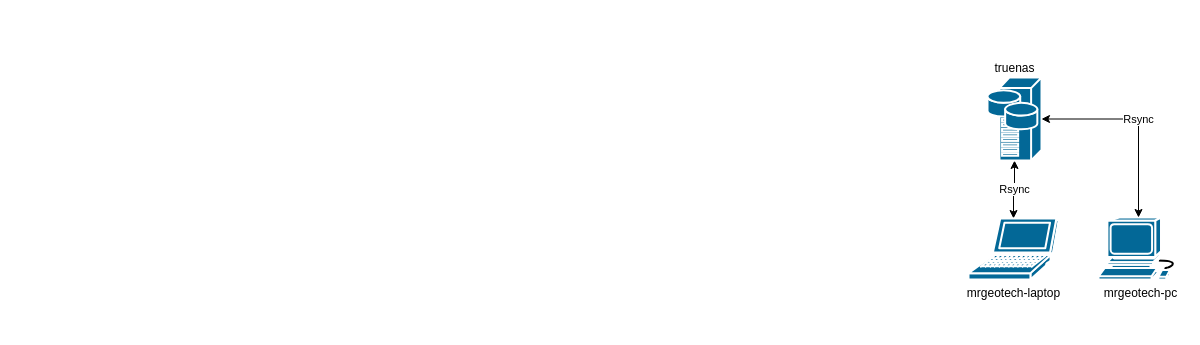
Earlier version of the draw.io diagram assets/diagram.drawio (MrGeoTech/dotfiles). Source tidied: cells renumbered, new cells numbered last; positions are measured from the earlier drawing's top-left corner, leaving out a move shared by most shapes. Both pictures are drawn from the tidied source at 100%, with x=0, y=0 at pixel (968, 77).
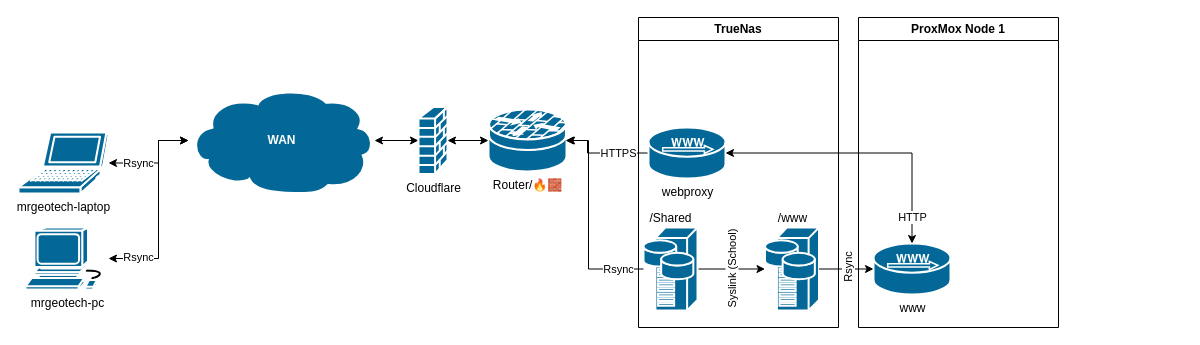
After the change.

Change to the diagram source:
```diff
@@
+    <mxCell id="7" style="edgeStyle=orthogonalEdgeStyle;rounded=0;jettySize=auto;html=1;startArrow=classic;startFill=1;" parent="1" edge="1" source="8" target="20">
+      <mxGeometry relative="1" as="geometry" />
+    </mxCell>
+    <mxCell id="8" value="&lt;b&gt;WAN&lt;/b&gt;" style="shape=mxgraph.cisco.storage.cloud;sketch=0;html=1;dashed=0;fillColor=#036897;strokeColor=#ffffff;strokeWidth=2;verticalLabelPosition=middle;verticalAlign=middle;align=center;outlineConnect=0;labelPosition=center;fontColor=#FFFFFF;" parent="1" vertex="1">
+      <mxGeometry x="-780" y="10" width="186" height="106" as="geometry" />
+    </mxCell>
+    <mxCell id="9" value="Rsync" style="edgeStyle=orthogonalEdgeStyle;rounded=0;jettySize=auto;html=1;startArrow=classic;startFill=1;" parent="1" edge="1" source="2" target="8">
+      <mxGeometry x="-0.7" y="1" relative="1" as="geometry">
+        <Array as="points">
+          <mxPoint x="-810" y="181" />
+          <mxPoint x="-810" y="63" />
+        </Array>
+      </mxGeometry>
+    </mxCell>
     <mxCell id="2" value="mrgeotech-pc" style="shape=mxgraph.cisco.computers_and_peripherals.workstation;sketch=0;html=1;dashed=0;fillColor=#036897;strokeColor=#ffffff;strokeWidth=2;verticalLabelPosition=bottom;verticalAlign=top;align=center;outlineConnect=0;" parent="1" vertex="1">
-      <mxGeometry x="130" y="140" width="83" height="62" as="geometry" />
+      <mxGeometry x="-943" y="150" width="83" height="62" as="geometry" />
     </mxCell>
-    <mxCell id="3" value="Rsync" style="edgeStyle=orthogonalEdgeStyle;rounded=0;jettySize=auto;html=1;startArrow=classic;startFill=1;" parent="1" edge="1" source="4" target="5">
-      <mxGeometry relative="1" as="geometry" />
-    </mxCell>
+    <mxCell id="10" value="Rsync" style="edgeStyle=orthogonalEdgeStyle;rounded=0;jettySize=auto;html=1;startArrow=classic;startFill=1;" parent="1" edge="1" source="4" target="8">
+      <mxGeometry x="-0.41" relative="1" as="geometry">
+        <Array as="points">
+          <mxPoint x="-810" y="86" />
+          <mxPoint x="-810" y="63" />
+        </Array>
+      </mxGeometry>
+    </mxCell>
     <mxCell id="4" value="mrgeotech-laptop" style="shape=mxgraph.cisco.computers_and_peripherals.laptop;sketch=0;html=1;dashed=0;fillColor=#036897;strokeColor=#ffffff;strokeWidth=2;verticalLabelPosition=bottom;verticalAlign=top;align=center;outlineConnect=0;" parent="1" vertex="1">
-      <mxGeometry y="141" width="90" height="61" as="geometry" />
+      <mxGeometry x="-950" y="55" width="90" height="61" as="geometry" />
     </mxCell>
+    <mxCell id="11" value="ProxMox Node 1" style="swimlane;whiteSpace=wrap;html=1;" parent="1" vertex="1">
+      <mxGeometry x="-110" y="-60" width="200" height="310" as="geometry" />
+    </mxCell>
+    <mxCell id="12" value="www" style="shape=mxgraph.cisco.servers.microwebserver;sketch=0;html=1;dashed=0;fillColor=#036897;strokeColor=#ffffff;strokeWidth=2;verticalLabelPosition=bottom;verticalAlign=top;align=center;outlineConnect=0;" parent="11" vertex="1">
+      <mxGeometry x="15" y="226" width="77" height="51" as="geometry" />
+    </mxCell>
+    <mxCell id="13" value="TrueNas" style="swimlane;whiteSpace=wrap;html=1;" parent="1" vertex="1">
+      <mxGeometry x="-330" y="-60" width="200" height="310" as="geometry" />
+    </mxCell>
+    <mxCell id="14" value="Syslink (School)" style="edgeStyle=orthogonalEdgeStyle;rounded=0;jettySize=auto;html=1;horizontal=0;" parent="13" edge="1" source="5" target="15">
+      <mxGeometry relative="1" as="geometry" />
+    </mxCell>
-    <mxCell id="5" value="truenas" style="shape=mxgraph.cisco.servers.storage_server;sketch=0;html=1;dashed=0;fillColor=#036897;strokeColor=#ffffff;strokeWidth=2;verticalLabelPosition=top;verticalAlign=bottom;align=center;outlineConnect=0;horizontal=1;labelPosition=center;" parent="1" vertex="1">
-      <mxGeometry x="19" width="54" height="83" as="geometry" />
+    <mxCell id="5" value="/Shared" style="shape=mxgraph.cisco.servers.storage_server;sketch=0;html=1;dashed=0;fillColor=#036897;strokeColor=#ffffff;strokeWidth=2;verticalLabelPosition=top;verticalAlign=bottom;align=center;outlineConnect=0;horizontal=1;labelPosition=center;" parent="13" vertex="1">
+      <mxGeometry x="5" y="210" width="54" height="83" as="geometry" />
     </mxCell>
-    <mxCell id="6" value="Rsync" style="edgeStyle=orthogonalEdgeStyle;rounded=0;jettySize=auto;html=1;entryX=1;entryY=0.5;entryDx=0;entryDy=0;entryPerimeter=0;startArrow=classic;startFill=1;" parent="1" edge="1" source="2" target="5">
-      <mxGeometry relative="1" as="geometry">
-        <Array as="points">
-          <mxPoint x="170" y="42" />
-        </Array>
-      </mxGeometry>
-    </mxCell>
+    <mxCell id="15" value="/www" style="shape=mxgraph.cisco.servers.storage_server;sketch=0;html=1;dashed=0;fillColor=#036897;strokeColor=#ffffff;strokeWidth=2;verticalLabelPosition=top;verticalAlign=bottom;align=center;outlineConnect=0;horizontal=1;labelPosition=center;" parent="13" vertex="1">
+      <mxGeometry x="126.5" y="210" width="54" height="83" as="geometry" />
+    </mxCell>
+    <mxCell id="16" value="webproxy" style="shape=mxgraph.cisco.servers.microwebserver;sketch=0;html=1;dashed=0;fillColor=#036897;strokeColor=#ffffff;strokeWidth=2;verticalLabelPosition=bottom;verticalAlign=top;align=center;outlineConnect=0;" parent="13" vertex="1">
+      <mxGeometry x="10" y="110" width="77" height="51" as="geometry" />
+    </mxCell>
+    <mxCell id="17" value="Rsync" style="edgeStyle=orthogonalEdgeStyle;rounded=0;jettySize=auto;html=1;horizontal=0;" parent="1" edge="1" source="15" target="12">
+      <mxGeometry x="0.08" y="2" relative="1" as="geometry">
+        <mxPoint y="1" as="offset" />
+      </mxGeometry>
+    </mxCell>
+    <mxCell id="18" value="HTTP" style="edgeStyle=orthogonalEdgeStyle;rounded=0;jettySize=auto;html=1;entryX=1;entryY=0.5;entryDx=0;entryDy=0;entryPerimeter=0;startArrow=classic;startFill=1;" parent="1" edge="1" source="12" target="16">
+      <mxGeometry x="-0.81" relative="1" as="geometry">
+        <Array as="points">
+          <mxPoint x="-56" y="76" />
+        </Array>
+      </mxGeometry>
+    </mxCell>
+    <mxCell id="19" value="Router/🔥🧱" style="shape=mxgraph.cisco.security.router_firewall;sketch=0;html=1;dashed=0;fillColor=#036897;strokeColor=#ffffff;strokeWidth=2;verticalLabelPosition=bottom;verticalAlign=top;align=center;outlineConnect=0;" parent="1" vertex="1">
+      <mxGeometry x="-480" y="32" width="78" height="62" as="geometry" />
+    </mxCell>
+    <mxCell id="20" value="Cloudflare" style="shape=mxgraph.cisco.security.firewall;sketch=0;html=1;dashed=0;fillColor=#036897;strokeColor=#ffffff;strokeWidth=2;verticalLabelPosition=bottom;verticalAlign=top;align=center;outlineConnect=0;" parent="1" vertex="1">
+      <mxGeometry x="-550" y="29.5" width="29" height="67" as="geometry" />
+    </mxCell>
+    <mxCell id="21" style="edgeStyle=orthogonalEdgeStyle;rounded=0;jettySize=auto;html=1;entryX=0;entryY=0.5;entryDx=0;entryDy=0;entryPerimeter=0;startArrow=classic;startFill=1;" parent="1" edge="1" source="20" target="19">
+      <mxGeometry relative="1" as="geometry" />
+    </mxCell>
+    <mxCell id="22" value="HTTPS" style="edgeStyle=orthogonalEdgeStyle;rounded=0;orthogonalLoop=1;jettySize=auto;html=1;" parent="1" edge="1">
+      <mxGeometry x="-0.39" relative="1" as="geometry">
+        <mxPoint x="-321" y="75.5" as="sourcePoint" />
+        <mxPoint x="-403" y="63" as="targetPoint" />
+        <Array as="points">
+          <mxPoint x="-381" y="76" />
+          <mxPoint x="-381" y="63" />
+        </Array>
+      </mxGeometry>
+    </mxCell>
+    <mxCell id="23" value="Rsync" style="edgeStyle=orthogonalEdgeStyle;rounded=0;jettySize=auto;html=1;" parent="1" edge="1" source="5" target="19">
+      <mxGeometry x="-0.76" relative="1" as="geometry">
+        <Array as="points">
+          <mxPoint x="-380" y="192" />
+          <mxPoint x="-380" y="63" />
+        </Array>
+      </mxGeometry>
+    </mxCell>
```
